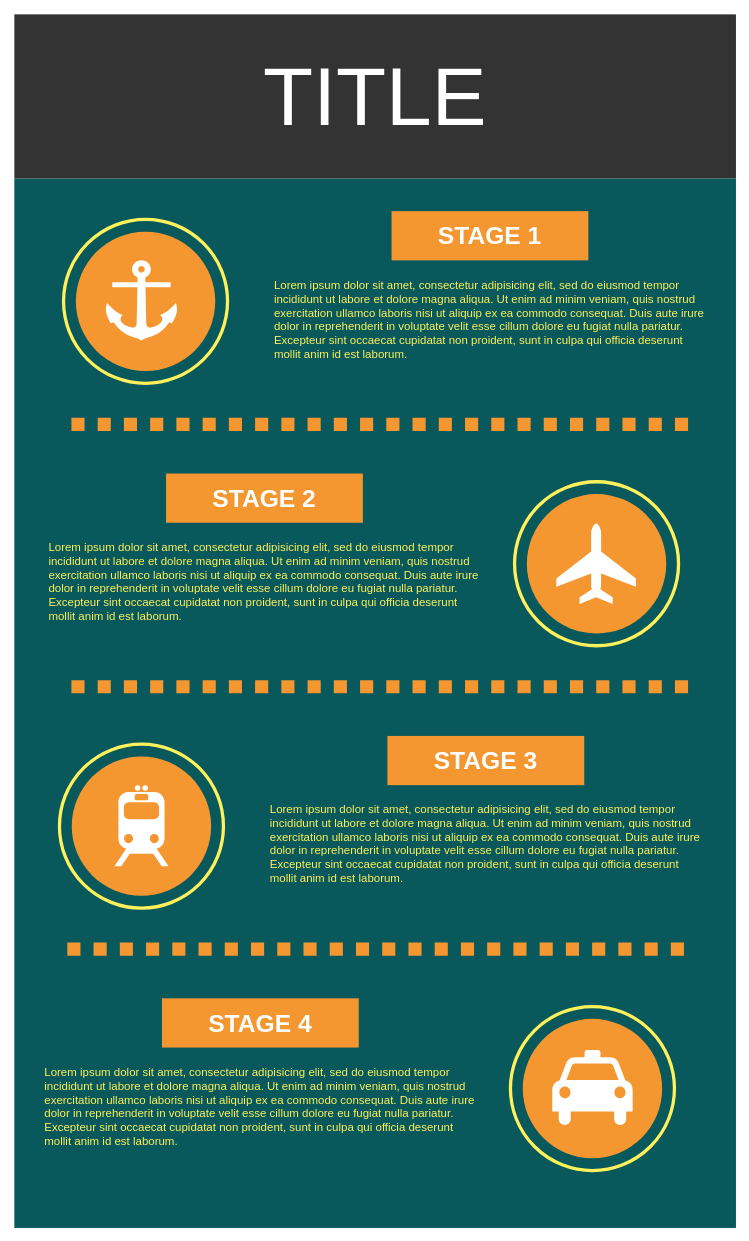
The draw.io diagram page "Page-1" (1 of 2) of 名称未設定ファイル.drawio in shota0713/shota, before the edit. Source tidied: cells renumbered, new cells numbered last; positions are measured from the earlier drawing's top-left corner, leaving out a move shared by most shapes. Both pictures are drawn from the tidied source at 82%, with x=0, y=0 at pixel (14, 14).
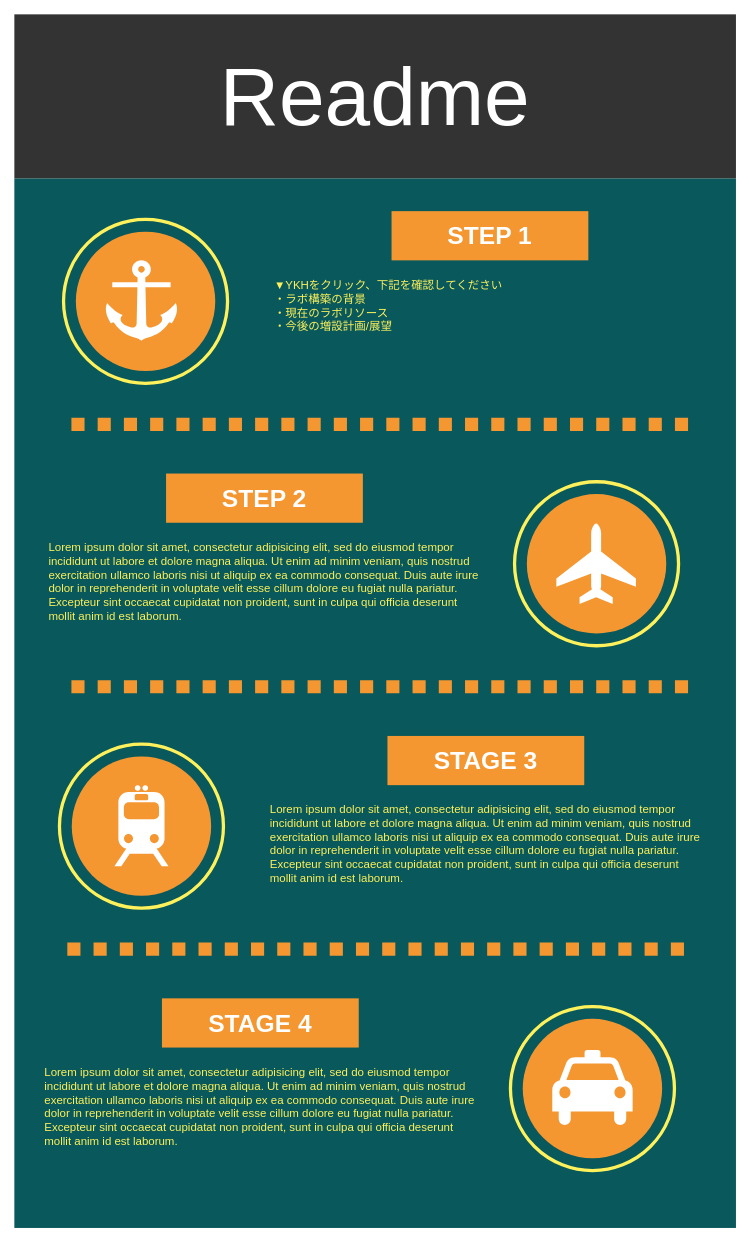
After the change.

Commit message:
名称未設定ファイル.drawio を更新します

Change to the diagram source:
```diff
@@
-    <mxCell id="3" value="TITLE" style="whiteSpace=wrap;html=1;rounded=0;shadow=0;dashed=0;strokeColor=none;strokeWidth=4;fillColor=#333333;gradientColor=none;fontFamily=Helvetica;fontSize=100;fontColor=#FFFFFF;align=center;" parent="1" vertex="1">
+    <mxCell id="3" value="Readme" style="whiteSpace=wrap;html=1;rounded=0;shadow=0;dashed=0;strokeColor=none;strokeWidth=4;fillColor=#333333;gradientColor=none;fontFamily=Helvetica;fontSize=100;fontColor=#FFFFFF;align=center;" parent="1" vertex="1">
       <mxGeometry width="880" height="200" as="geometry" />
     </mxCell>
@@
-    <mxCell id="7" value="STAGE 1" style="whiteSpace=wrap;html=1;rounded=0;shadow=0;dashed=0;strokeColor=none;strokeWidth=4;fillColor=#F49731;gradientColor=none;fontFamily=Helvetica;fontSize=30;fontColor=#FFFFFF;align=center;fontStyle=1;" parent="1" vertex="1">
+    <mxCell id="7" value="STEP 1" style="whiteSpace=wrap;html=1;rounded=0;shadow=0;dashed=0;strokeColor=none;strokeWidth=4;fillColor=#F49731;gradientColor=none;fontFamily=Helvetica;fontSize=30;fontColor=#FFFFFF;align=center;fontStyle=1;" parent="1" vertex="1">
       <mxGeometry x="460" y="240" width="240" height="60" as="geometry" />
     </mxCell>
-    <mxCell id="8" value="Lorem ipsum dolor sit amet, consectetur adipisicing elit, sed do eiusmod tempor incididunt ut labore et dolore magna aliqua. Ut enim ad minim veniam, quis nostrud exercitation ullamco laboris nisi ut aliquip ex ea commodo consequat. Duis aute irure dolor in reprehenderit in voluptate velit esse cillum dolore eu fugiat nulla pariatur. Excepteur sint occaecat cupidatat non proident, sunt in culpa qui officia deserunt mollit anim id est laborum." style="text;spacingTop=-5;fillColor=#ffffff;whiteSpace=wrap;html=1;align=left;fontSize=14;fontFamily=Helvetica;fillColor=none;strokeColor=none;rounded=0;shadow=0;dashed=0;fontColor=#FEF15B;" parent="1" vertex="1">
+    <mxCell id="8" value="▼YKHをクリック、下記を確認してください&lt;br&gt;・ラボ構築の背景&lt;br&gt;・現在のラボリソース&lt;br&gt;・今後の増設計画/展望&lt;br&gt;" style="text;spacingTop=-5;fillColor=#ffffff;whiteSpace=wrap;html=1;align=left;fontSize=14;fontFamily=Helvetica;fillColor=none;strokeColor=none;rounded=0;shadow=0;dashed=0;fontColor=#FEF15B;" parent="1" vertex="1">
       <mxGeometry x="315" y="320" width="535" height="130" as="geometry" />
     </mxCell>
@@
-    <mxCell id="12" value="STAGE 2" style="whiteSpace=wrap;html=1;rounded=0;shadow=0;dashed=0;strokeColor=none;strokeWidth=4;fillColor=#F49731;gradientColor=none;fontFamily=Helvetica;fontSize=30;fontColor=#FFFFFF;align=center;fontStyle=1;" parent="1" vertex="1">
+    <mxCell id="12" value="STEP 2" style="whiteSpace=wrap;html=1;rounded=0;shadow=0;dashed=0;strokeColor=none;strokeWidth=4;fillColor=#F49731;gradientColor=none;fontFamily=Helvetica;fontSize=30;fontColor=#FFFFFF;align=center;fontStyle=1;" parent="1" vertex="1">
       <mxGeometry x="185" y="560" width="240" height="60" as="geometry" />
     </mxCell>
```
